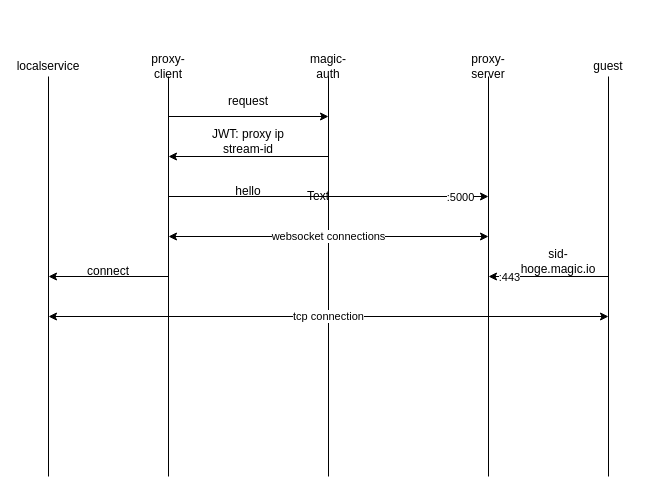
Before: docs/flow.dio in Kumassy/ownserver, a draw.io diagram. Source tidied: cells renumbered, new cells numbered last; positions are measured from the earlier drawing's top-left corner, leaving out a move shared by most shapes. Both pictures are drawn from the tidied source at 100%, with x=0, y=0 at pixel (28, 56).
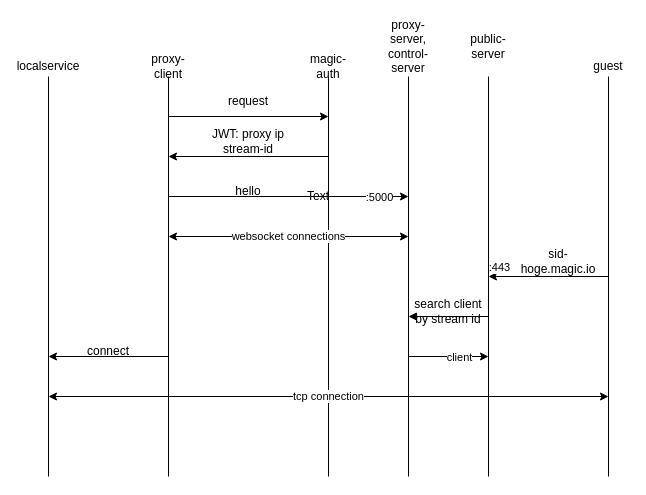
The same diagram, later.

Commit message (it also covers changes not shown here):
add basic websocket client server

The change refers to these unchanged cells:
```xml
<mxCell id="20" style="endArrow=classic;html=1;strokeColor=#000000;" parent="1" edge="1">
  <mxGeometry relative="1" as="geometry">
    <mxPoint x="580" y="220" as="sourcePoint" />
    <mxPoint x="460" y="220" as="targetPoint" />
  </mxGeometry>
</mxCell>
```

The edit, as a diff of the source:
```diff
@@
     <mxCell id="5" style="endArrow=none;html=1;strokeColor=#000000;" parent="1" edge="1">
       <mxGeometry relative="1" as="geometry">
-        <mxPoint x="460" y="420" as="sourcePoint" />
-        <mxPoint x="460" y="20" as="targetPoint" />
+        <mxPoint x="380" y="420" as="sourcePoint" />
+        <mxPoint x="380" y="20" as="targetPoint" />
       </mxGeometry>
     </mxCell>
-    <mxCell id="6" value="&lt;font color=&quot;#000000&quot;&gt;proxy-server&lt;/font&gt;" style="text;html=1;strokeColor=none;fillColor=none;align=center;verticalAlign=middle;whiteSpace=wrap;rounded=0;" parent="1" vertex="1">
-      <mxGeometry x="440" width="40" height="20" as="geometry" />
+    <mxCell id="6" value="&lt;font color=&quot;#000000&quot;&gt;proxy-server, control-server&lt;/font&gt;" style="text;html=1;strokeColor=none;fillColor=none;align=center;verticalAlign=middle;whiteSpace=wrap;rounded=0;" parent="1" vertex="1">
+      <mxGeometry x="360" y="-20" width="40" height="20" as="geometry" />
     </mxCell>
@@
     <mxCell id="13" style="endArrow=classic;html=1;strokeColor=#000000;" parent="1" edge="1">
       <mxGeometry relative="1" as="geometry">
         <mxPoint x="140" y="140" as="sourcePoint" />
-        <mxPoint x="460" y="140" as="targetPoint" />
+        <mxPoint x="380" y="140" as="targetPoint" />
       </mxGeometry>
     </mxCell>
     <mxCell id="14" value=":5000" style="edgeLabel;html=1;align=center;verticalAlign=middle;fontColor=#000000;labelBackgroundColor=#ffffff;" parent="13" vertex="1">
       <mxGeometry x="0.86" y="1" relative="1" as="geometry">
-        <mxPoint x="-7" y="1" as="offset" />
+        <mxPoint x="-13" y="1" as="offset" />
       </mxGeometry>
     </mxCell>
@@
     <mxCell id="16" value="&lt;font&gt;websocket connections&lt;/font&gt;" style="endArrow=classic;startArrow=classic;html=1;strokeColor=#000000;labelBackgroundColor=#ffffff;fontColor=#000000;" parent="1" edge="1">
       <mxGeometry relative="1" as="geometry">
         <mxPoint x="140" y="180" as="sourcePoint" />
-        <mxPoint x="460" y="180" as="targetPoint" />
+        <mxPoint x="380" y="180" as="targetPoint" />
       </mxGeometry>
     </mxCell>
@@
     <mxCell id="21" value=":443" style="edgeLabel;html=1;align=center;verticalAlign=middle;fontColor=#000000;labelBackgroundColor=#ffffff;" parent="20" vertex="1">
       <mxGeometry x="0.8" y="-1" relative="1" as="geometry">
-        <mxPoint x="8" y="1" as="offset" />
+        <mxPoint x="-2" y="-9" as="offset" />
       </mxGeometry>
     </mxCell>
@@
     <mxCell id="23" style="endArrow=classic;html=1;strokeColor=#000000;" parent="1" edge="1">
       <mxGeometry relative="1" as="geometry">
-        <mxPoint x="140" y="220" as="sourcePoint" />
-        <mxPoint x="20" y="220" as="targetPoint" />
+        <mxPoint x="140" y="300" as="sourcePoint" />
+        <mxPoint x="20" y="300" as="targetPoint" />
       </mxGeometry>
     </mxCell>
     <mxCell id="24" value="&lt;font color=&quot;#000000&quot;&gt;connect&lt;/font&gt;" style="text;html=1;strokeColor=none;fillColor=none;align=center;verticalAlign=middle;whiteSpace=wrap;rounded=0;" parent="1" vertex="1">
-      <mxGeometry x="40" y="210" width="80" height="10" as="geometry" />
+      <mxGeometry x="40" y="290" width="80" height="10" as="geometry" />
     </mxCell>
@@
     <mxCell id="26" value="tcp connection" style="endArrow=classic;startArrow=classic;html=1;strokeColor=#000000;labelBackgroundColor=#ffffff;fontColor=#000000;" parent="1" edge="1">
       <mxGeometry relative="1" as="geometry">
-        <mxPoint x="20" y="260" as="sourcePoint" />
-        <mxPoint x="580" y="260" as="targetPoint" />
+        <mxPoint x="20" y="340" as="sourcePoint" />
+        <mxPoint x="580" y="340" as="targetPoint" />
       </mxGeometry>
     </mxCell>
+    <mxCell id="27" style="endArrow=none;html=1;strokeColor=#000000;" parent="1" edge="1">
+      <mxGeometry relative="1" as="geometry">
+        <mxPoint x="460" y="420" as="sourcePoint" />
+        <mxPoint x="460" y="20" as="targetPoint" />
+      </mxGeometry>
+    </mxCell>
+    <mxCell id="28" value="&lt;font color=&quot;#000000&quot;&gt;public-server&lt;/font&gt;" style="text;html=1;strokeColor=none;fillColor=none;align=center;verticalAlign=middle;whiteSpace=wrap;rounded=0;" parent="1" vertex="1">
+      <mxGeometry x="440" y="-20" width="40" height="20" as="geometry" />
+    </mxCell>
+    <mxCell id="29" style="endArrow=classic;html=1;strokeColor=#000000;" parent="1" edge="1">
+      <mxGeometry relative="1" as="geometry">
+        <mxPoint x="460" y="260" as="sourcePoint" />
+        <mxPoint x="380" y="260" as="targetPoint" />
+      </mxGeometry>
+    </mxCell>
+    <mxCell id="30" value="&lt;font color=&quot;#000000&quot;&gt;search client by stream id&lt;/font&gt;" style="text;html=1;strokeColor=none;fillColor=none;align=center;verticalAlign=middle;whiteSpace=wrap;rounded=0;" parent="1" vertex="1">
+      <mxGeometry x="380" y="250" width="80" height="10" as="geometry" />
+    </mxCell>
+    <mxCell id="31" style="endArrow=classic;html=1;strokeColor=#000000;" parent="1" edge="1">
+      <mxGeometry relative="1" as="geometry">
+        <mxPoint x="380" y="300" as="sourcePoint" />
+        <mxPoint x="460" y="300" as="targetPoint" />
+      </mxGeometry>
+    </mxCell>
+    <mxCell id="32" value="client" style="edgeLabel;html=1;align=center;verticalAlign=middle;fontColor=#000000;labelBackgroundColor=#ffffff;" parent="31" vertex="1">
+      <mxGeometry x="0.86" y="1" relative="1" as="geometry">
+        <mxPoint x="-24" y="1" as="offset" />
+      </mxGeometry>
+    </mxCell>
```
